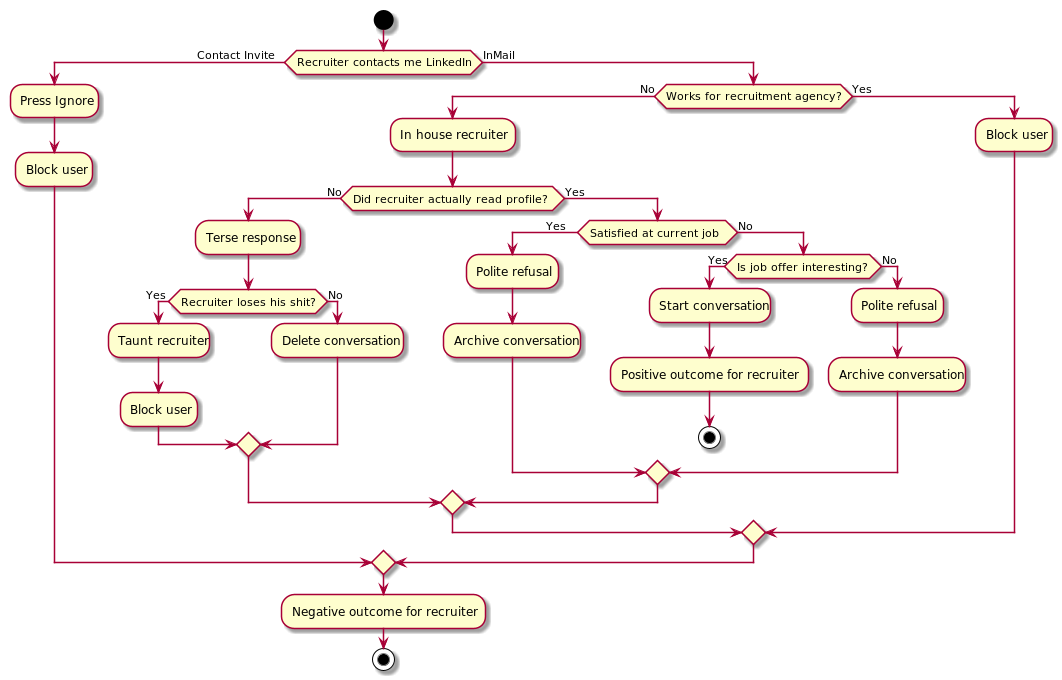
jsteenbeeke/jsteenbeeke.github.io keeps this PlantUML diagram as recruiters.png. Above is the earlier version.
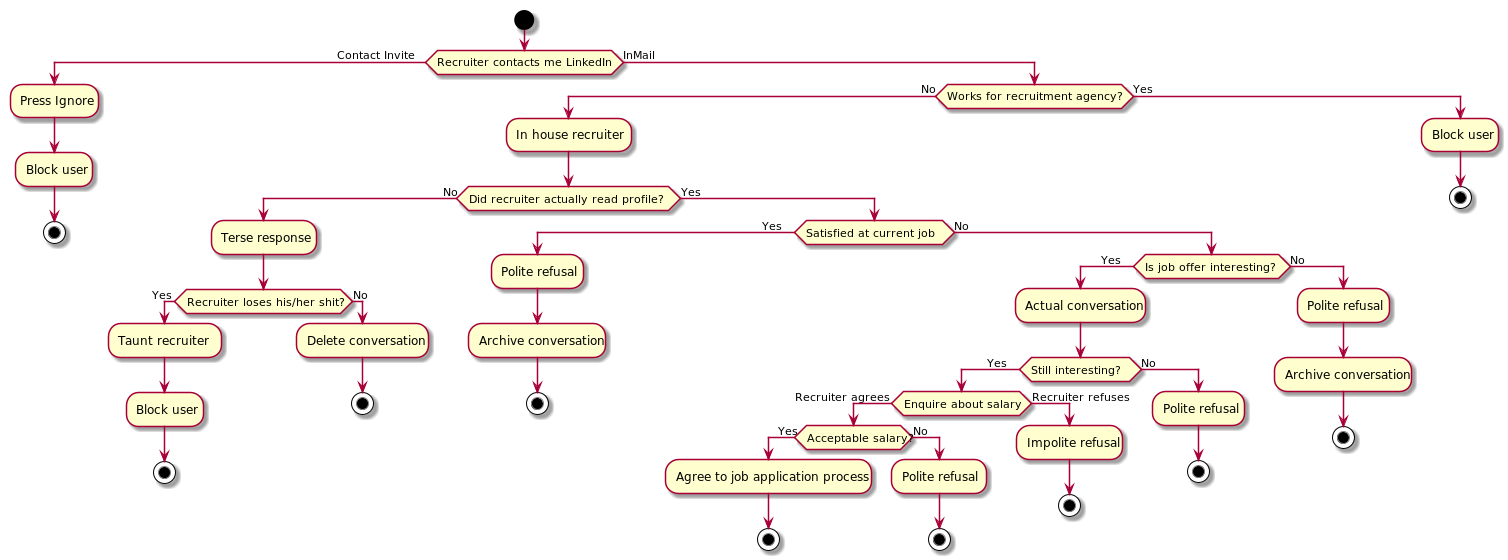
After the change.

Diff of the diagram source:
```diff
@@ -5,37 +5,57 @@
 if (Recruiter contacts me LinkedIn      ) then (Contact Invite      )
     :Press Ignore;
     :Block user;
+    stop;
 else (InMail)
     if (Works for recruitment agency?       ) then (No)
       :In house recruiter   ;
       if (Did recruiter actually read profile?          ) then (No)
          :Terse response;
-         if (Recruiter loses his shit?      ) then (Yes  )
-            :Taunt recruiter;
+         if (Recruiter loses his/her shit?      ) then (Yes  )
+            :Taunt recruiter    ;
             :Block user;
+            stop;
          else (No)
             :Delete conversation;
+            stop;
          endif
       else (Yes)
         if (Satisfied at current job        ) then (Yes     )
           :Polite refusal;
           :Archive conversation;
+          stop;
         else (No)
-            if (Is job offer interesting?       ) then (Yes)
-                :Start conversation;
-                :Positive outcome for recruiter     ;
-                stop;
+            if (Is job offer interesting?       ) then (Yes     )
+                :Actual conversation;
+                if (Still interesting?      ) then (Yes     )
+                   if (Enquire about salary     ) then (Recruiter agrees     )
+                        if (Acceptable salary?) then (Yes)
+                            :Agree to job application process   ;
+                            stop;
+                        else (No)
+                            :Polite refusal ;
+                            stop;
+                        endif
+                   else (Recruiter refuses  )
+                        :Impolite refusal;
+                        stop;
+                   endif
+
+                 else (No       )
+                    :Polite refusal;
+                    stop;
+                 endif
             else (No)
                 :Polite refusal;
                 :Archive conversation;
+                stop;
             endif
         endif
       endif
     else (Yes)
         :Block user;
+        stop;
     endif
 endif
-:Negative outcome for recruiter     ;
-stop
 
 @enduml
```
